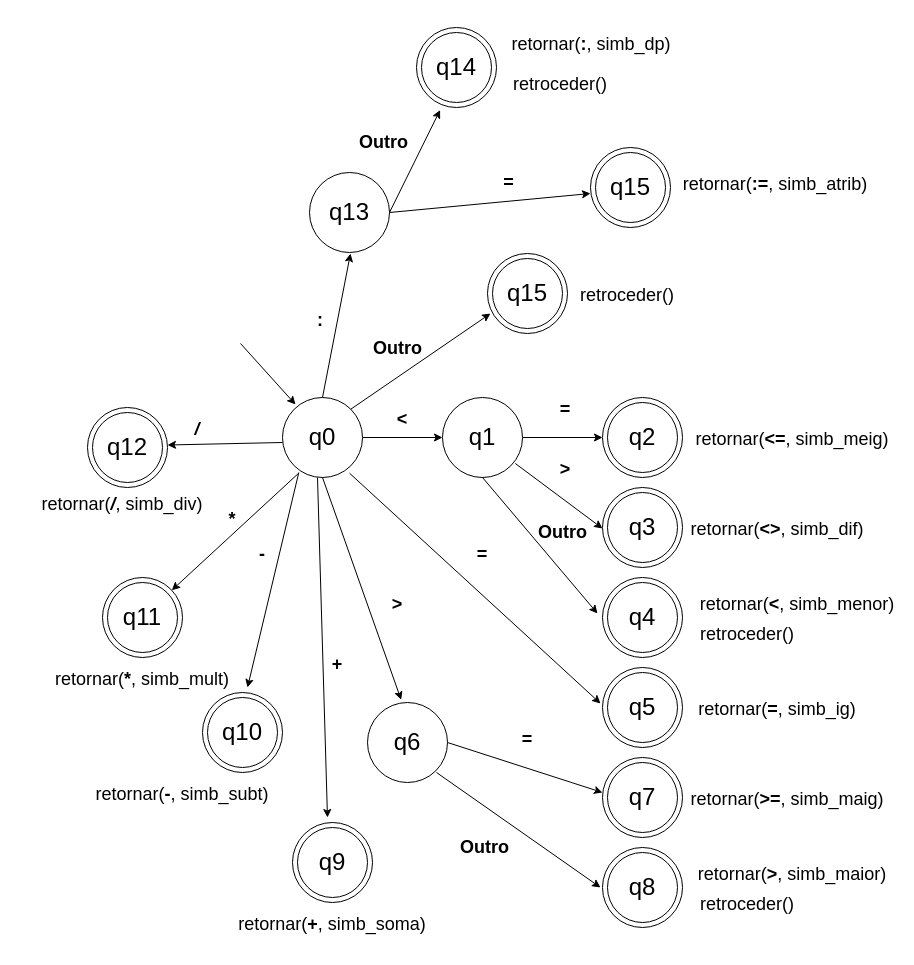
Earlier version of the draw.io diagram Automatos/automato_oprel_sinmat_atrib_dp.drawio (vvilliam26/compilador). Source tidied: cells renumbered, new cells numbered last; positions are measured from the earlier drawing's top-left corner, leaving out a move shared by most shapes. Both pictures are drawn from the tidied source at 100%, with x=0, y=0 at pixel (17, 17).
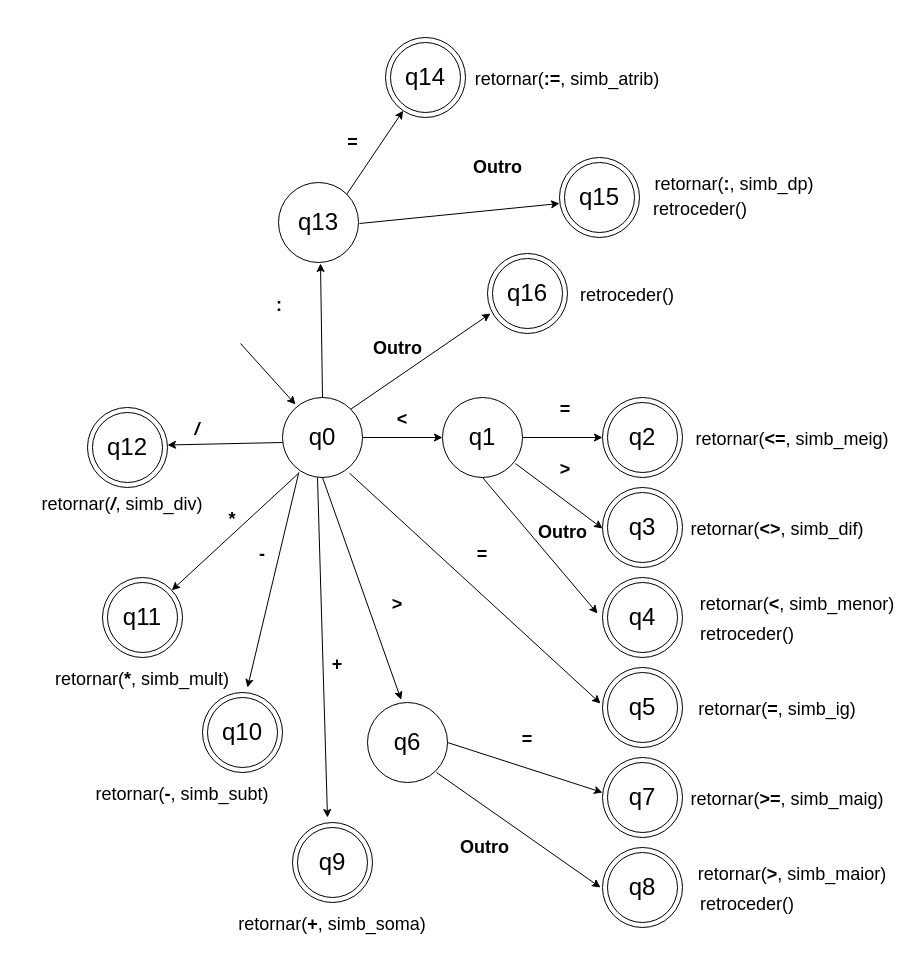
The same page after the edit.

Commit message:
automato_operel_sinmat_atrib_dp

The change refers to these unchanged cells:
```xml
<mxCell id="3" style="ellipse;whiteSpace=wrap;html=1;" parent="1" vertex="1">
  <mxGeometry x="265" y="380" width="80" height="80" as="geometry" />
</mxCell>
```

The edit, as a diff of the source:
```diff
@@
     <mxCell id="75" style="ellipse;whiteSpace=wrap;html=1;" parent="1" vertex="1">
-      <mxGeometry x="399" y="10" width="80" height="80" as="geometry" />
+      <mxGeometry x="368" y="20" width="80" height="80" as="geometry" />
     </mxCell>
     <mxCell id="76" style="ellipse;whiteSpace=wrap;html=1;" parent="1" vertex="1">
-      <mxGeometry x="404" y="15" width="70" height="70" as="geometry" />
+      <mxGeometry x="373" y="25" width="70" height="70" as="geometry" />
     </mxCell>
     <mxCell id="77" value="&lt;font style=&quot;font-size: 24px;&quot;&gt;q14&lt;/font&gt;" style="text;html=1;strokeColor=none;fillColor=none;align=center;verticalAlign=middle;whiteSpace=wrap;rounded=0;" parent="1" vertex="1">
-      <mxGeometry x="409" y="35" width="60" height="30" as="geometry" />
+      <mxGeometry x="378" y="45" width="60" height="30" as="geometry" />
     </mxCell>
     <mxCell id="78" value="&lt;span style=&quot;font-size: 18px;&quot;&gt;retornar(&lt;b&gt;:&lt;/b&gt;, simb_dp)&lt;/span&gt;" style="text;html=1;strokeColor=none;fillColor=none;align=center;verticalAlign=middle;whiteSpace=wrap;rounded=0;fontSize=24;" parent="1" vertex="1">
-      <mxGeometry x="469" width="210" height="50" as="geometry" />
+      <mxGeometry x="612" y="140" width="210" height="50" as="geometry" />
     </mxCell>
     <mxCell id="79" style="ellipse;whiteSpace=wrap;html=1;" parent="1" vertex="1">
-      <mxGeometry x="573" y="130" width="80" height="80" as="geometry" />
+      <mxGeometry x="542" y="140" width="80" height="80" as="geometry" />
     </mxCell>
     <mxCell id="80" style="ellipse;whiteSpace=wrap;html=1;" parent="1" vertex="1">
-      <mxGeometry x="578" y="135" width="70" height="70" as="geometry" />
+      <mxGeometry x="547" y="145" width="70" height="70" as="geometry" />
     </mxCell>
     <mxCell id="81" value="&lt;font style=&quot;font-size: 24px;&quot;&gt;q15&lt;/font&gt;" style="text;html=1;strokeColor=none;fillColor=none;align=center;verticalAlign=middle;whiteSpace=wrap;rounded=0;" parent="1" vertex="1">
-      <mxGeometry x="583" y="155" width="60" height="30" as="geometry" />
+      <mxGeometry x="552" y="165" width="60" height="30" as="geometry" />
     </mxCell>
     <mxCell id="82" value="&lt;span style=&quot;font-size: 18px;&quot;&gt;retornar(&lt;b style=&quot;&quot;&gt;:=&lt;/b&gt;, simb_atrib)&lt;/span&gt;" style="text;html=1;strokeColor=none;fillColor=none;align=center;verticalAlign=middle;whiteSpace=wrap;rounded=0;fontSize=24;" parent="1" vertex="1">
-      <mxGeometry x="653" y="140" width="210" height="50" as="geometry" />
+      <mxGeometry x="445" y="35" width="210" height="50" as="geometry" />
     </mxCell>
     <mxCell id="83" style="ellipse;whiteSpace=wrap;html=1;" parent="1" vertex="1">
-      <mxGeometry x="292" y="155" width="80" height="80" as="geometry" />
+      <mxGeometry x="261" y="165" width="80" height="80" as="geometry" />
     </mxCell>
     <mxCell id="84" value="&lt;font style=&quot;font-size: 24px;&quot;&gt;q13&lt;/font&gt;" style="text;html=1;strokeColor=none;fillColor=none;align=center;verticalAlign=middle;whiteSpace=wrap;rounded=0;" parent="1" vertex="1">
-      <mxGeometry x="302" y="180" width="60" height="30" as="geometry" />
+      <mxGeometry x="271" y="190" width="60" height="30" as="geometry" />
     </mxCell>
     <mxCell id="85" style="endArrow=classic;html=1;rounded=0;exitX=0.5;exitY=0;exitDx=0;exitDy=0;fontStyle=1;" parent="1" edge="1" source="3">
       <mxGeometry relative="1" as="geometry">
-        <mxPoint x="333" y="236" as="targetPoint" />
+        <mxPoint x="303" y="246" as="targetPoint" />
       </mxGeometry>
     </mxCell>
     <mxCell id="86" value="&lt;font style=&quot;font-size: 18px;&quot;&gt;&lt;b&gt;:&lt;/b&gt;&lt;/font&gt;" style="text;html=1;strokeColor=none;fillColor=none;align=center;verticalAlign=middle;whiteSpace=wrap;rounded=0;fontSize=24;" parent="1" vertex="1">
-      <mxGeometry x="273" y="286" width="60" height="30" as="geometry" />
+      <mxGeometry x="232" y="271" width="60" height="30" as="geometry" />
     </mxCell>
-    <mxCell id="87" style="endArrow=classic;html=1;rounded=0;exitX=1;exitY=0.5;exitDx=0;exitDy=0;fontStyle=1;entryX=0.295;entryY=1.032;entryDx=0;entryDy=0;entryPerimeter=0;" parent="1" edge="1" source="83" target="75">
-      <mxGeometry relative="1" as="geometry" />
+    <mxCell id="87" style="endArrow=classic;html=1;rounded=0;exitX=1;exitY=0;exitDx=0;exitDy=0;fontStyle=1;" parent="1" edge="1" source="83">
+      <mxGeometry relative="1" as="geometry">
+        <mxPoint x="385.6" y="93.2" as="targetPoint" />
+      </mxGeometry>
     </mxCell>
-    <mxCell id="88" style="endArrow=classic;html=1;rounded=0;exitX=1;exitY=0.5;exitDx=0;exitDy=0;fontStyle=1;" parent="1" edge="1" source="83">
+    <mxCell id="88" style="endArrow=classic;html=1;rounded=0;fontStyle=1;" parent="1" edge="1">
       <mxGeometry relative="1" as="geometry">
-        <mxPoint x="573" y="176" as="targetPoint" />
+        <mxPoint x="342" y="206" as="sourcePoint" />
+        <mxPoint x="542" y="186" as="targetPoint" />
       </mxGeometry>
     </mxCell>
     <mxCell id="89" value="&lt;font style=&quot;font-size: 18px;&quot;&gt;&lt;b&gt;Outro&lt;/b&gt;&lt;/font&gt;" style="text;html=1;strokeColor=none;fillColor=none;align=center;verticalAlign=middle;whiteSpace=wrap;rounded=0;fontSize=24;" parent="1" vertex="1">
-      <mxGeometry x="334" y="105" width="65" height="35" as="geometry" />
+      <mxGeometry x="448" y="130" width="65" height="35" as="geometry" />
     </mxCell>
     <mxCell id="90" value="&lt;font style=&quot;font-size: 18px;&quot;&gt;&lt;b&gt;=&lt;/b&gt;&lt;/font&gt;" style="text;html=1;strokeColor=none;fillColor=none;align=center;verticalAlign=middle;whiteSpace=wrap;rounded=0;fontSize=24;" parent="1" vertex="1">
-      <mxGeometry x="459" y="145" width="65" height="35" as="geometry" />
+      <mxGeometry x="303" y="105" width="65" height="35" as="geometry" />
     </mxCell>
     <mxCell id="91" value="&lt;span style=&quot;font-size: 18px;&quot;&gt;retroceder()&lt;/span&gt;" style="text;html=1;strokeColor=none;fillColor=none;align=center;verticalAlign=middle;whiteSpace=wrap;rounded=0;fontSize=24;" parent="1" vertex="1">
-      <mxGeometry x="493" y="40" width="100" height="50" as="geometry" />
+      <mxGeometry x="633" y="165" width="100" height="50" as="geometry" />
     </mxCell>
@@
-    <mxCell id="95" value="&lt;font style=&quot;font-size: 24px;&quot;&gt;q15&lt;/font&gt;" style="text;html=1;strokeColor=none;fillColor=none;align=center;verticalAlign=middle;whiteSpace=wrap;rounded=0;" parent="1" vertex="1">
+    <mxCell id="95" value="&lt;font style=&quot;font-size: 24px;&quot;&gt;q16&lt;/font&gt;" style="text;html=1;strokeColor=none;fillColor=none;align=center;verticalAlign=middle;whiteSpace=wrap;rounded=0;" parent="1" vertex="1">
       <mxGeometry x="480" y="261" width="60" height="30" as="geometry" />
     </mxCell>
```
